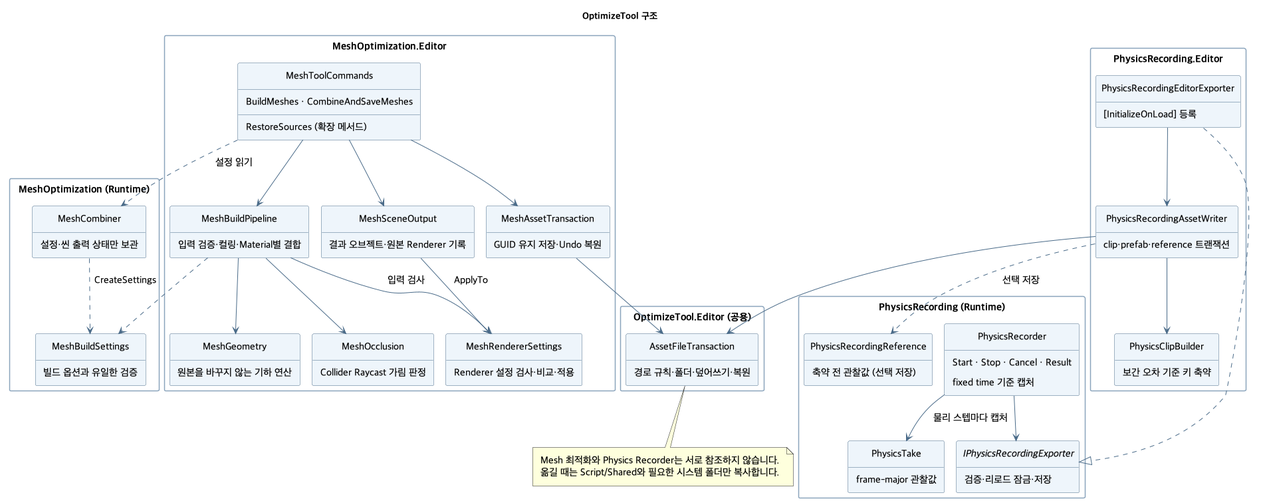
Above: ToyProject/Assets/_OptimizeTool/Docs/Images/optimizetool-structure.png in youwonsock/tool-unity-editor (PlantUML), before the change.
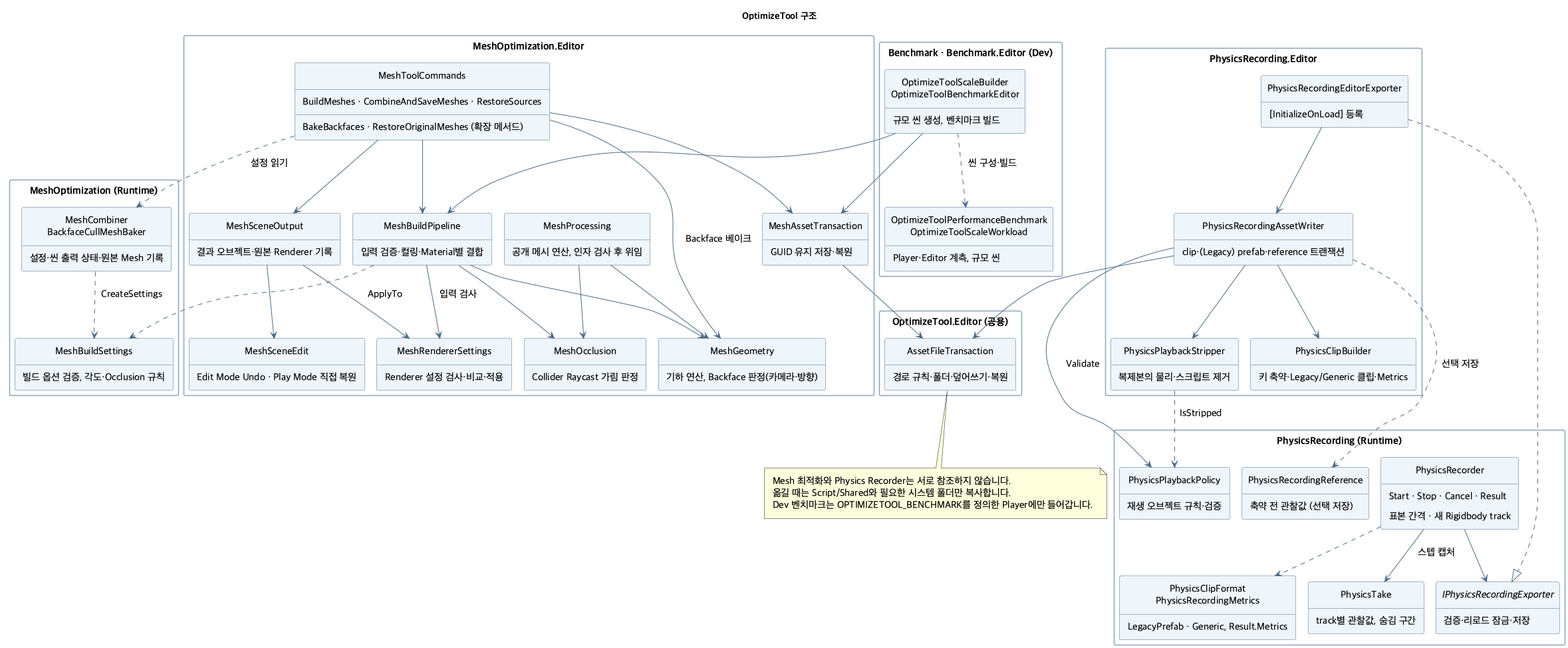
Above is the later version.

Commit message:
OptimizeTool 구조도에 Baker, MeshProcessing, Play Mode 편집, Physics 출력 정보, Dev 벤치마크를 넣음

Diff of the diagram source:
```diff
@@ -15,18 +15,21 @@
 title OptimizeTool 구조
 
 package "MeshOptimization (Runtime)" {
-  class "MeshCombiner" as MeshComponents {
-    설정·씬 출력 상태만 보관
+  class "MeshCombiner\nBackfaceCullMeshBaker" as MeshComponents {
+    설정·씬 출력 상태·원본 Mesh 기록
   }
   class MeshBuildSettings {
-    빌드 옵션과 유일한 검증
+    빌드 옵션 검증, 각도·Occlusion 규칙
   }
 }
 
 package "MeshOptimization.Editor" {
   class MeshToolCommands {
-    BuildMeshes · CombineAndSaveMeshes
-    RestoreSources (확장 메서드)
+    BuildMeshes · CombineAndSaveMeshes · RestoreSources
+    BakeBackfaces · RestoreOriginalMeshes (확장 메서드)
+  }
+  class MeshProcessing {
+    공개 메시 연산, 인자 검사 후 위임
   }
   class MeshBuildPipeline {
     입력 검증·컬링·Material별 결합
@@ -35,7 +38,7 @@
     Renderer 설정 검사·비교·적용
   }
   class MeshGeometry {
-    원본을 바꾸지 않는 기하 연산
+    기하 연산, Backface 판정(카메라·방향)
   }
   class MeshOcclusion {
     Collider Raycast 가림 판정
@@ -43,24 +46,33 @@
   class MeshSceneOutput {
     결과 오브젝트·원본 Renderer 기록
   }
+  class MeshSceneEdit {
+    Edit Mode Undo · Play Mode 직접 복원
+  }
   class MeshAssetTransaction {
-    GUID 유지 저장·Undo 복원
+    GUID 유지 저장·복원
   }
 }
 
 package "PhysicsRecording (Runtime)" {
   class PhysicsRecorder {
     Start · Stop · Cancel · Result
-    fixed time 기준 캡처
+    표본 간격 · 새 Rigidbody track
   }
   class PhysicsTake {
-    frame-major 관찰값
+    track별 관찰값, 숨김 구간
   }
   interface IPhysicsRecordingExporter {
     검증·리로드 잠금·저장
   }
   class PhysicsRecordingReference {
     축약 전 관찰값 (선택 저장)
+  }
+  class "PhysicsClipFormat\nPhysicsRecordingMetrics" as PhysicsOutputInfo {
+    LegacyPrefab · Generic, Result.Metrics
+  }
+  class PhysicsPlaybackPolicy {
+    재생 오브젝트 규칙·검증
   }
 }
 
@@ -69,10 +81,13 @@
     [InitializeOnLoad] 등록
   }
   class PhysicsRecordingAssetWriter {
-    clip·prefab·reference 트랜잭션
+    clip·(Legacy) prefab·reference 트랜잭션
   }
   class PhysicsClipBuilder {
-    보간 오차 기준 키 축약
+    키 축약·Legacy/Generic 클립·Metrics
+  }
+  class PhysicsPlaybackStripper {
+    복제본의 물리·스크립트 제거
   }
 }
 
@@ -82,28 +97,50 @@
   }
 }
 
+package "Benchmark · Benchmark.Editor (Dev)" {
+  class "OptimizeToolPerformanceBenchmark\nOptimizeToolScaleWorkload" as Benchmark {
+    Player·Editor 계측, 규모 씬
+  }
+  class "OptimizeToolScaleBuilder\nOptimizeToolBenchmarkEditor" as BenchmarkEditor {
+    규모 씬 생성, 벤치마크 빌드
+  }
+}
+
 MeshToolCommands ..> MeshComponents : 설정 읽기
 MeshComponents ..> MeshBuildSettings : CreateSettings
 MeshToolCommands --> MeshBuildPipeline
+MeshToolCommands --> MeshGeometry : Backface 베이크
+MeshProcessing --> MeshGeometry
+MeshProcessing --> MeshOcclusion
 MeshBuildPipeline ..> MeshBuildSettings
 MeshBuildPipeline --> MeshGeometry
 MeshBuildPipeline --> MeshOcclusion
 MeshBuildPipeline --> MeshRendererSettings : 입력 검사
 MeshSceneOutput --> MeshRendererSettings : ApplyTo
 MeshToolCommands --> MeshSceneOutput
+MeshSceneOutput --> MeshSceneEdit
 MeshToolCommands --> MeshAssetTransaction
 MeshAssetTransaction --> AssetFileTransaction
 
-PhysicsRecorder --> PhysicsTake : 물리 스텝마다 캡처
+PhysicsRecorder --> PhysicsTake : 스텝 캡처
 PhysicsRecorder --> IPhysicsRecordingExporter
+PhysicsRecorder ..> PhysicsOutputInfo
 PhysicsRecordingEditorExporter ..|> IPhysicsRecordingExporter
 PhysicsRecordingEditorExporter --> PhysicsRecordingAssetWriter
 PhysicsRecordingAssetWriter --> PhysicsClipBuilder
+PhysicsRecordingAssetWriter --> PhysicsPlaybackStripper
+PhysicsRecordingAssetWriter --> PhysicsPlaybackPolicy : Validate
+PhysicsPlaybackStripper ..> PhysicsPlaybackPolicy : IsStripped
 PhysicsRecordingAssetWriter ..> PhysicsRecordingReference : 선택 저장
 PhysicsRecordingAssetWriter --> AssetFileTransaction
+
+BenchmarkEditor --> MeshBuildPipeline
+BenchmarkEditor --> MeshAssetTransaction
+BenchmarkEditor ..> Benchmark : 씬 구성·빌드
 
 note bottom of AssetFileTransaction
 Mesh 최적화와 Physics Recorder는 서로 참조하지 않습니다.
 옮길 때는 Script/Shared와 필요한 시스템 폴더만 복사합니다.
+Dev 벤치마크는 OPTIMIZETOOL_BENCHMARK를 정의한 Player에만 들어갑니다.
 end note
 @enduml
```
